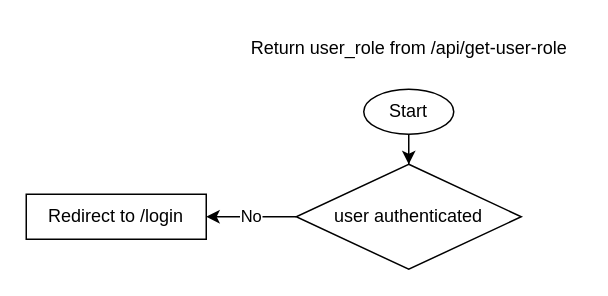
This is BoxValetFlows.drawio from stevexero/BoxValetFlows, a draw.io file, before an edit. Source tidied: cells renumbered, new cells numbered last; positions are measured from the earlier drawing's top-left corner, leaving out a move shared by most shapes. Both pictures are drawn from the tidied source at 150%, with x=0, y=0 at pixel (26, 26).
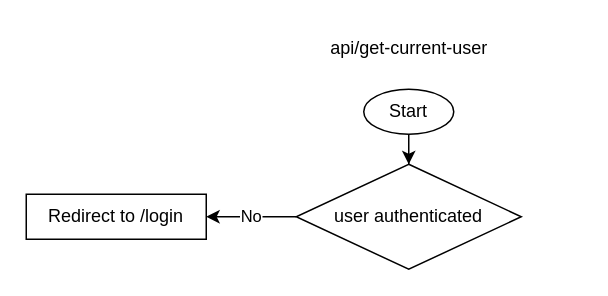
The same page after the edit.

Diff of the diagram source:
```diff
@@
 <mxGraphModel>
   <root>
     <mxCell id="0" />
     <mxCell id="1" parent="0" />
     <mxCell id="2" style="edgeStyle=orthogonalEdgeStyle;rounded=0;jettySize=auto;html=1;" parent="1" edge="1" source="3" target="6">
       <mxGeometry relative="1" as="geometry" />
     </mxCell>
     <mxCell id="3" value="Start" style="ellipse;whiteSpace=wrap;html=1;" parent="1" vertex="1">
       <mxGeometry x="225" y="42" width="60" height="30" as="geometry" />
     </mxCell>
-    <mxCell id="4" value="Return user_role from /api/get-user-role" style="text;html=1;align=center;verticalAlign=middle;strokeColor=none;fillColor=none;" parent="1" vertex="1">
-      <mxGeometry x="140" width="230" height="30" as="geometry" />
+    <mxCell id="4" value="api/get-current-user" style="text;html=1;align=center;verticalAlign=middle;strokeColor=none;fillColor=none;" parent="1" vertex="1">
+      <mxGeometry x="190" width="130" height="30" as="geometry" />
     </mxCell>
     <mxCell id="5" value="No" style="edgeStyle=orthogonalEdgeStyle;rounded=0;jettySize=auto;html=1;" parent="1" edge="1" source="6" target="7">
       <mxGeometry relative="1" as="geometry" />
     </mxCell>
     <mxCell id="6" value="user authenticated" style="rhombus;whiteSpace=wrap;html=1;" parent="1" vertex="1">
       <mxGeometry x="180" y="92" width="150" height="70" as="geometry" />
     </mxCell>
     <mxCell id="7" value="Redirect to /login" style="rounded=0;whiteSpace=wrap;html=1;" parent="1" vertex="1">
       <mxGeometry y="112" width="120" height="30" as="geometry" />
     </mxCell>
   </root>
 </mxGraphModel>
```
